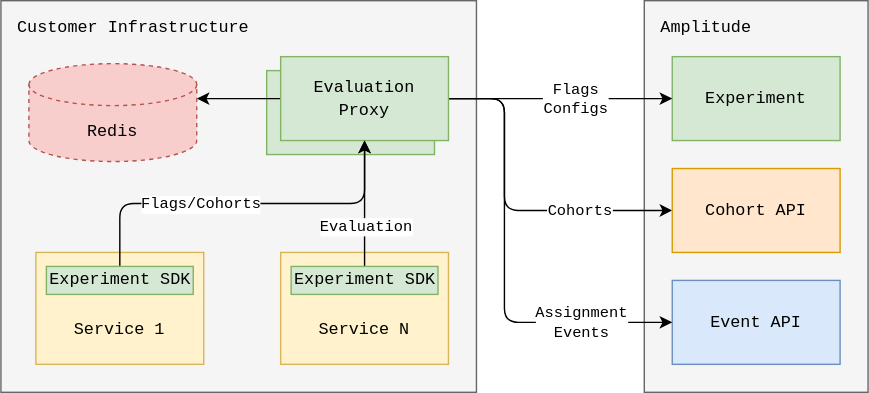
Earlier version of the draw.io export docs/assets/images/experiment/evaluation-proxy.drawio.svg (Amplitude-Developer-Docs/amplitude-dev-center). Source tidied: cells renumbered, new cells last; positions are measured from the earlier drawing's top-left corner, leaving out a move shared by most shapes.
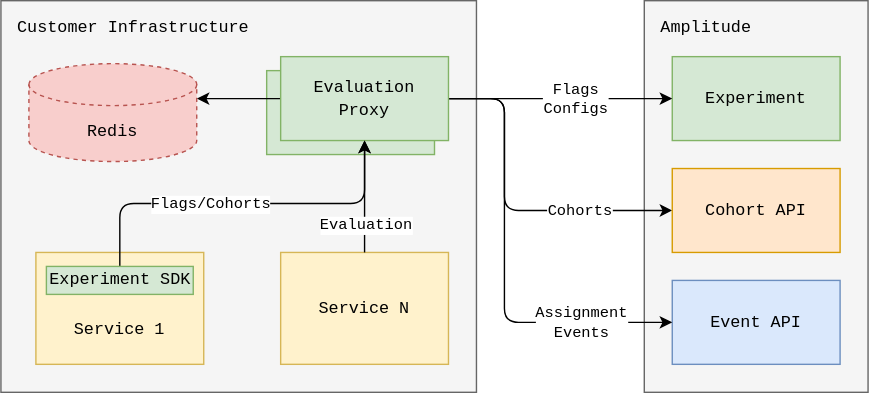
After the change.

Commit message:
fix table wrapping

Diff of the diagram source:
```diff
@@ -72,25 +72,25 @@
     </mxCell>
     <mxCell id="21" value="Flags/Cohorts" style="edgeLabel;html=1;align=center;verticalAlign=middle;fontFamily=Courier New;" parent="20" vertex="1">
       <mxGeometry relative="1" as="geometry">
-        <mxPoint x="-30" as="offset" />
+        <mxPoint x="-23" as="offset" />
       </mxGeometry>
     </mxCell>
     <mxCell id="22" value="Experiment SDK" style="rounded=0;whiteSpace=wrap;html=1;fontFamily=Courier New;fillColor=#d5e8d4;strokeColor=#82b366;" parent="1" vertex="1">
       <mxGeometry x="32.5" y="190" width="105" height="20" as="geometry" />
     </mxCell>
-    <mxCell id="23" value="&lt;font face=&quot;Courier New&quot;&gt;&lt;br&gt;&lt;br&gt;Service N&lt;/font&gt;" style="rounded=0;whiteSpace=wrap;html=1;fillColor=#fff2cc;strokeColor=#d6b656;" parent="1" vertex="1">
+    <mxCell id="23" value="&lt;font face=&quot;Courier New&quot;&gt;Service N&lt;/font&gt;" style="rounded=0;whiteSpace=wrap;html=1;fillColor=#fff2cc;strokeColor=#d6b656;" parent="1" vertex="1">
       <mxGeometry x="200" y="180" width="120" height="80" as="geometry" />
     </mxCell>
-    <mxCell id="24" style="edgeStyle=orthogonalEdgeStyle;html=1;exitX=0.5;exitY=0;exitDx=0;exitDy=0;fontFamily=Courier New;" parent="1" edge="1" source="26">
+    <mxCell id="24" style="edgeStyle=orthogonalEdgeStyle;html=1;fontFamily=Courier New;" parent="1" edge="1">
       <mxGeometry relative="1" as="geometry">
+        <mxPoint x="260" y="180" as="sourcePoint" />
         <mxPoint x="260" y="100" as="targetPoint" />
       </mxGeometry>
     </mxCell>
     <mxCell id="25" value="Evaluation" style="edgeLabel;html=1;align=center;verticalAlign=middle;fontFamily=Courier New;" parent="24" vertex="1">
-      <mxGeometry x="-0.34" relative="1" as="geometry" />
+      <mxGeometry x="-0.34" relative="1" as="geometry">
+        <mxPoint y="6" as="offset" />
+      </mxGeometry>
     </mxCell>
-    <mxCell id="26" value="Experiment SDK" style="rounded=0;whiteSpace=wrap;html=1;fontFamily=Courier New;fillColor=#d5e8d4;strokeColor=#82b366;" parent="1" vertex="1">
-      <mxGeometry x="207.5" y="190" width="105" height="20" as="geometry" />
-    </mxCell>
   </root>
 </mxGraphModel>
```
